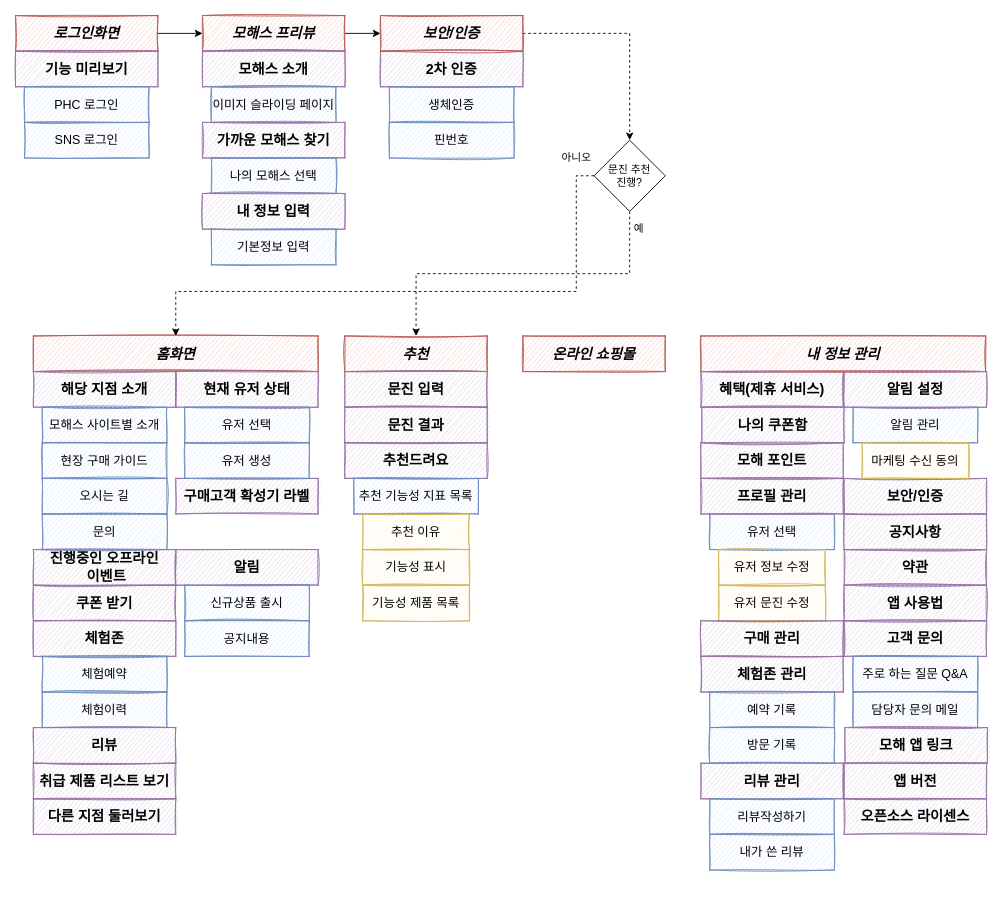
wonju5332/TIL keeps this draw.io diagram as page "V B1 메뉴구조도" (5 of 10) of 제목 없는 다이어그램.drawio. Above is the earlier version. Source tidied: cells renumbered, new cells numbered last; positions are measured from the earlier drawing's top-left corner, leaving out a move shared by most shapes. Both pictures are drawn from the tidied source at 89%, with x=0, y=0 at pixel (15, 15).
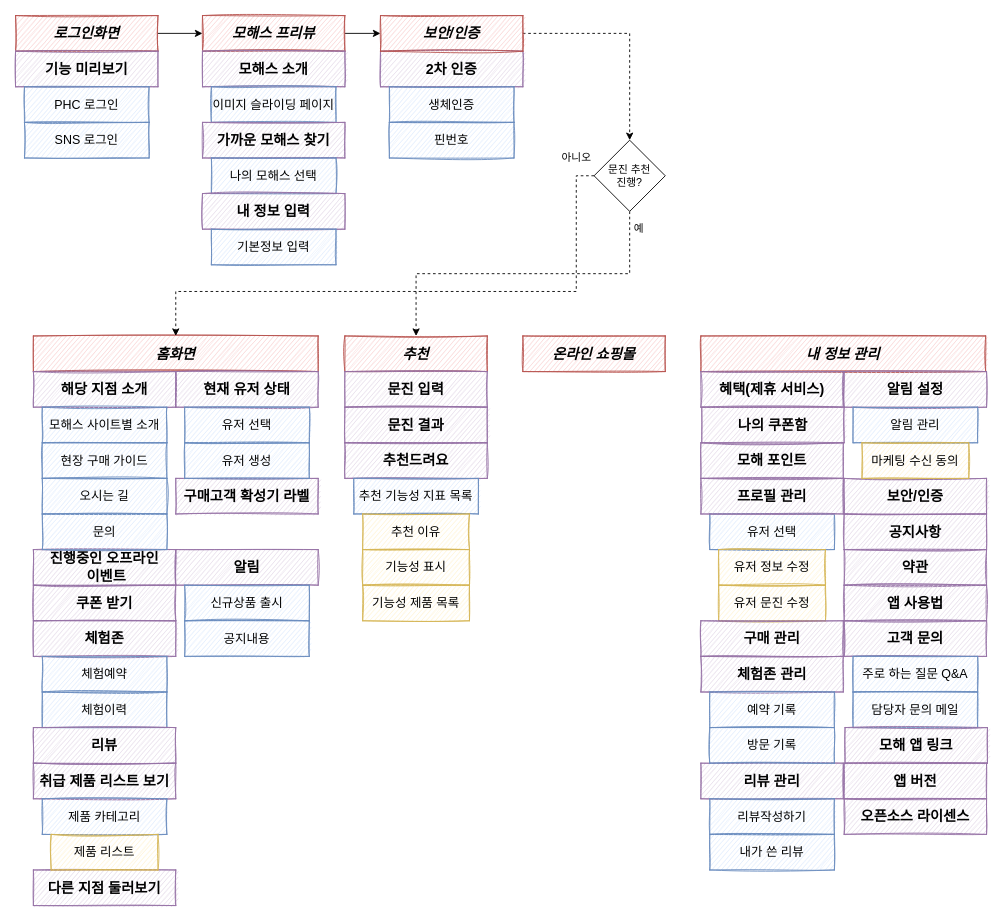
The same diagram, later.

The edit, as a diff of the source:
```diff
@@
     <mxCell id="35" value="다른 지점 둘러보기" style="whiteSpace=wrap;html=1;rounded=0;sketch=1;glass=0;fillColor=#e1d5e7;strokeColor=#9673a6;fontSize=16;fontStyle=1;" parent="1" vertex="1">
-      <mxGeometry x="20" y="880" width="160" height="40" as="geometry" />
+      <mxGeometry x="20" y="960" width="160" height="40" as="geometry" />
     </mxCell>
@@
+    <mxCell id="83" value="제품 카테고리" style="whiteSpace=wrap;html=1;rounded=0;sketch=1;glass=0;fillColor=#dae8fc;strokeColor=#6c8ebf;fontSize=14;fontStyle=0;" parent="1" vertex="1">
+      <mxGeometry x="30" y="880" width="140" height="40" as="geometry" />
+    </mxCell>
+    <mxCell id="84" value="제품 리스트" style="whiteSpace=wrap;html=1;rounded=0;sketch=1;glass=0;fillColor=#fff2cc;strokeColor=#d6b656;fontSize=14;fontStyle=0;" parent="1" vertex="1">
+      <mxGeometry x="40" y="920" width="120" height="40" as="geometry" />
+    </mxCell>
```
